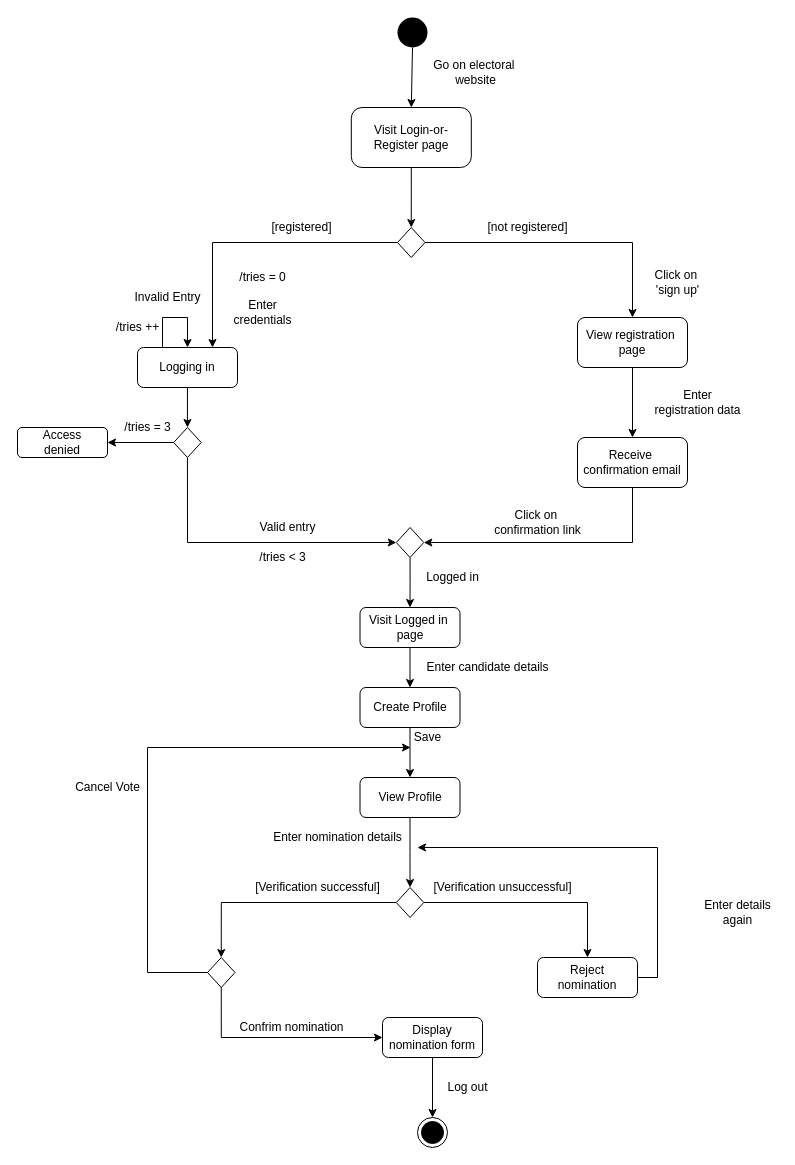
The draw.io diagram page "Page-1" (1 of 2) of Untitled Diagram.drawio in Deeshti/cs, before the edit. Source tidied: cells renumbered, new cells numbered last; positions are measured from the earlier drawing's top-left corner, leaving out a move shared by most shapes. Both pictures are drawn from the tidied source at 100%, with x=0, y=0 at pixel (17, 17).
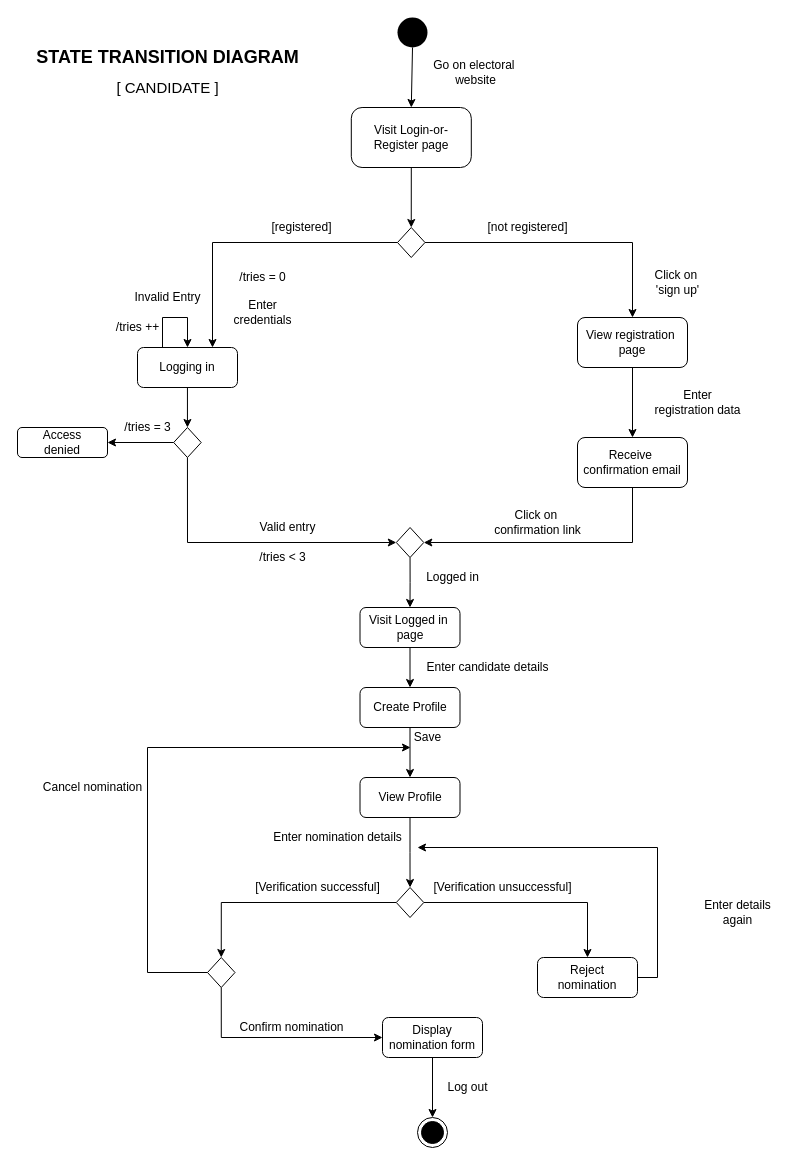
Above is the later version.

Change to the diagram source:
```diff
@@
-    <mxCell id="58" value="Confrim nomination" style="text;html=1;align=center;verticalAlign=middle;" parent="1" vertex="1">
+    <mxCell id="58" value="Confirm nomination" style="text;html=1;align=center;verticalAlign=middle;" parent="1" vertex="1">
       <mxGeometry x="213.8" y="1000" width="120" height="20" as="geometry" />
     </mxCell>
-    <mxCell id="59" value="Cancel Vote" style="text;html=1;align=center;verticalAlign=middle;" parent="1" vertex="1">
-      <mxGeometry x="50" y="760" width="80" height="20" as="geometry" />
+    <mxCell id="59" value="Cancel nomination" style="text;html=1;align=center;verticalAlign=middle;" parent="1" vertex="1">
+      <mxGeometry x="20" y="760" width="110" height="20" as="geometry" />
     </mxCell>
@@
+    <mxCell id="62" value="&lt;b&gt;&lt;font style=&quot;font-size: 18px&quot;&gt;STATE TRANSITION DIAGRAM&lt;/font&gt;&lt;/b&gt;" style="text;html=1;align=center;verticalAlign=middle;" parent="1" vertex="1">
+      <mxGeometry x="10" y="30" width="280" height="20" as="geometry" />
+    </mxCell>
+    <mxCell id="63" value="&lt;font style=&quot;font-size: 15px&quot;&gt;[ CANDIDATE ]&lt;/font&gt;" style="text;html=1;align=center;verticalAlign=middle;fontSize=15;" parent="1" vertex="1">
+      <mxGeometry x="90" y="60" width="120" height="20" as="geometry" />
+    </mxCell>
```
